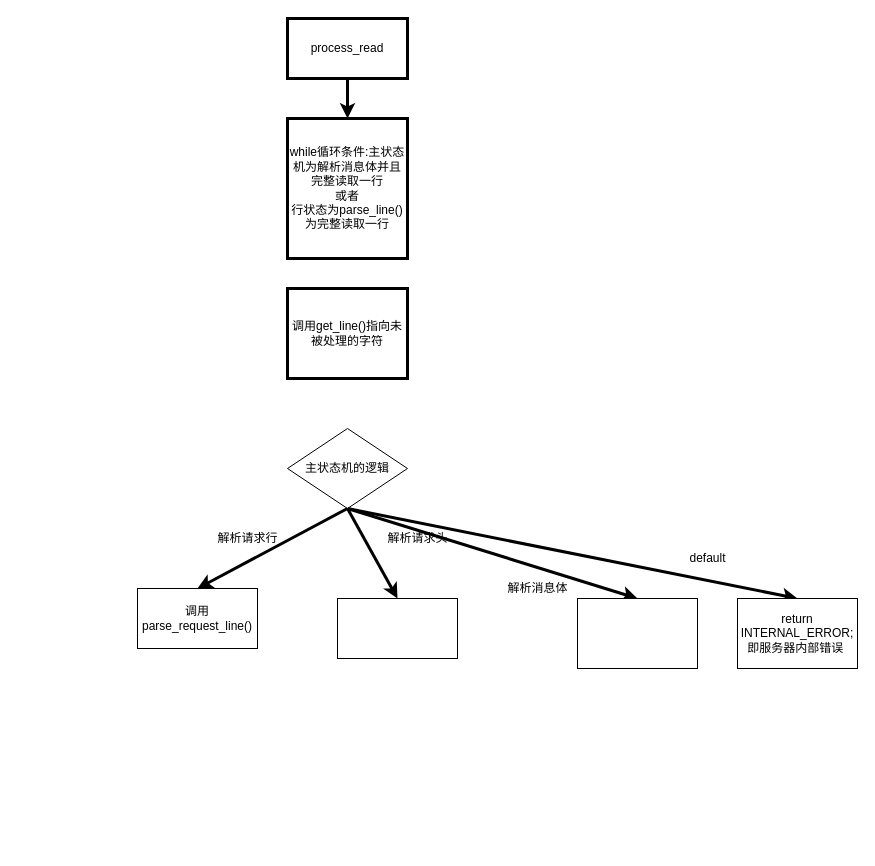
Above: note/process_read.drawio in Canwaiting/WebServer (draw.io), before the change. Source tidied: cells renumbered, new cells numbered last; positions are measured from the earlier drawing's top-left corner, leaving out a move shared by most shapes. Both pictures are drawn from the tidied source at 100%, with x=0, y=0 at pixel (137, 18).
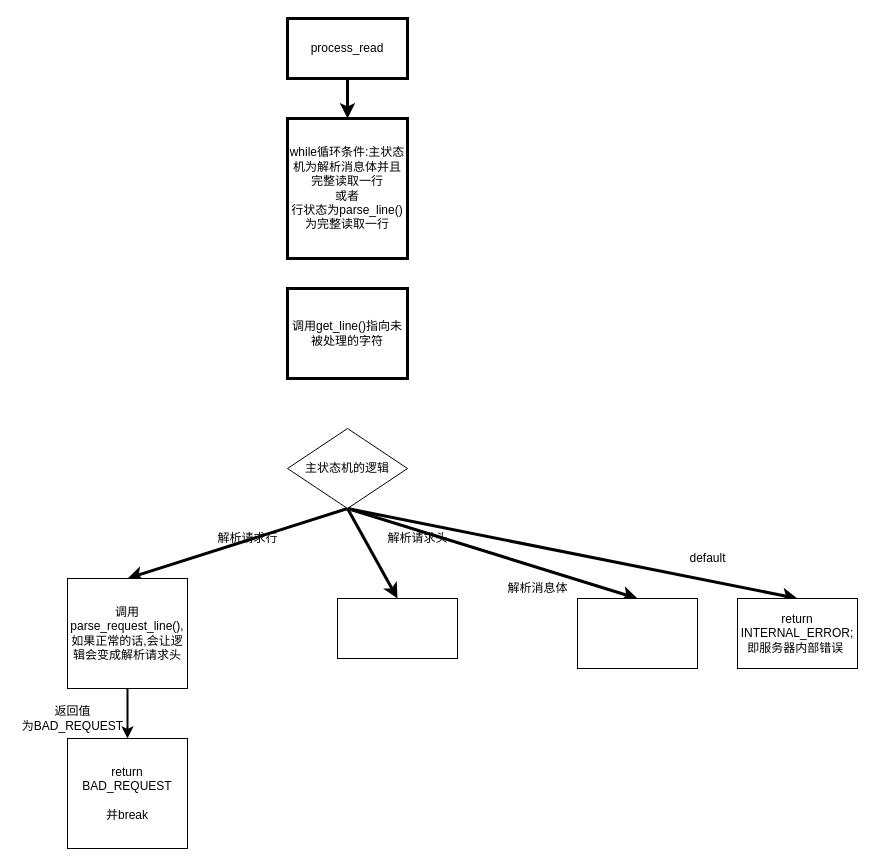
Above is the later version.

What changed in the source:
```diff
@@
+    <mxCell id="19" style="edgeStyle=none;html=1;exitX=0.5;exitY=1;exitDx=0;exitDy=0;entryX=0.5;entryY=0;entryDx=0;entryDy=0;strokeWidth=2;strokeColor=#000000;" parent="1" edge="1" source="10" target="20">
+      <mxGeometry relative="1" as="geometry" />
+    </mxCell>
-    <mxCell id="10" value="调用parse_request_line()" style="whiteSpace=wrap;html=1;" parent="1" vertex="1">
-      <mxGeometry y="570" width="120" height="60" as="geometry" />
+    <mxCell id="10" value="调用parse_request_line(),&lt;br&gt;如果正常的话,会让逻辑会变成解析请求头" style="whiteSpace=wrap;html=1;" parent="1" vertex="1">
+      <mxGeometry x="-70" y="560" width="120" height="110" as="geometry" />
     </mxCell>
@@
+    <mxCell id="20" value="return BAD_REQUEST&lt;br&gt;&lt;br&gt;并break" style="whiteSpace=wrap;html=1;" parent="1" vertex="1">
+      <mxGeometry x="-70" y="720" width="120" height="110" as="geometry" />
+    </mxCell>
+    <mxCell id="21" value="返回值&lt;br&gt;为BAD_REQUEST" style="text;html=1;align=center;verticalAlign=middle;strokeColor=none;fillColor=none;fontColor=#000000;" parent="1" vertex="1">
+      <mxGeometry x="-120" y="685" width="110" height="30" as="geometry" />
+    </mxCell>
```
